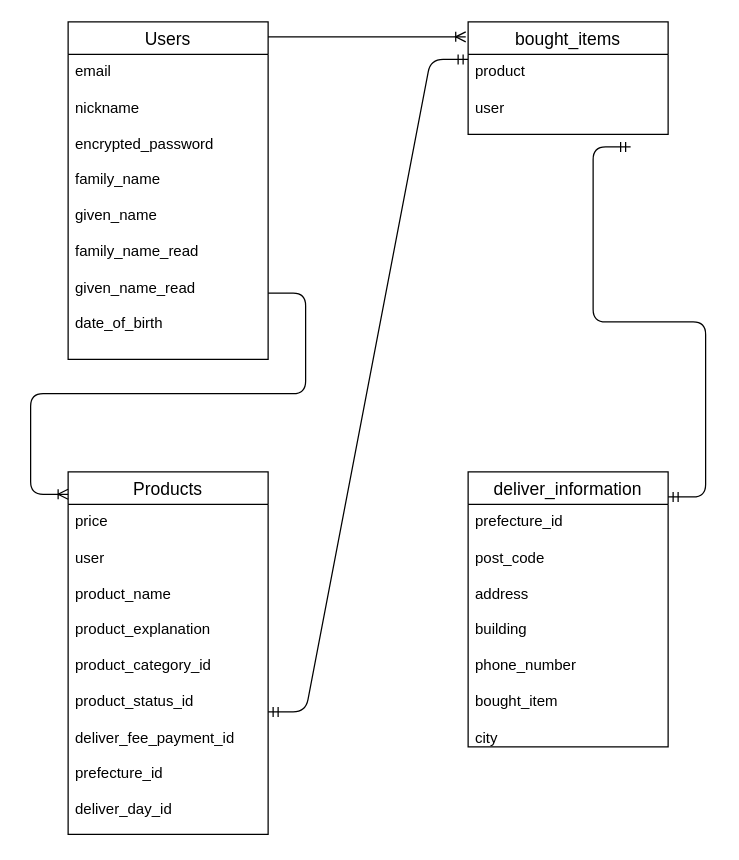
kotagau/furima-42269 keeps this draw.io diagram as db/test.dio. Above is the earlier version. Source tidied: cells renumbered, new cells numbered last; positions are measured from the earlier drawing's top-left corner, leaving out a move shared by most shapes. Both pictures are drawn from the tidied source at 125%, with x=0, y=0 at pixel (68, 21).
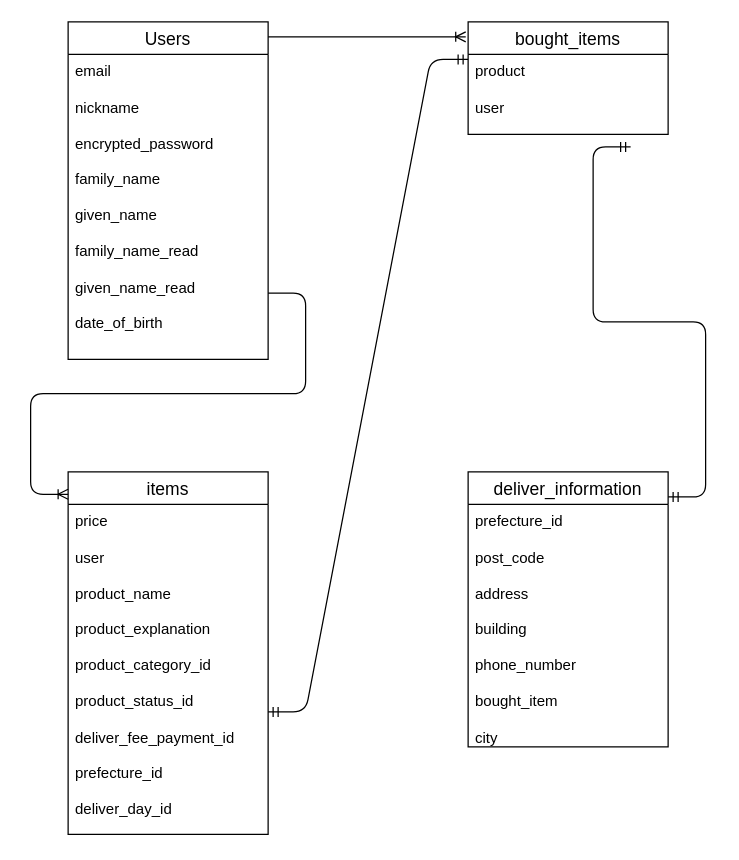
The same page after the edit.

Change to the diagram source:
```diff
@@
-    <mxCell id="7" value="Products" style="swimlane;fontStyle=0;horizontal=1;startSize=26;align=center;fontSize=14;" parent="1" vertex="1">
+    <mxCell id="7" value="items" style="swimlane;fontStyle=0;horizontal=1;startSize=26;align=center;fontSize=14;" parent="1" vertex="1">
       <mxGeometry y="360" width="160" height="290" as="geometry" />
     </mxCell>
```
